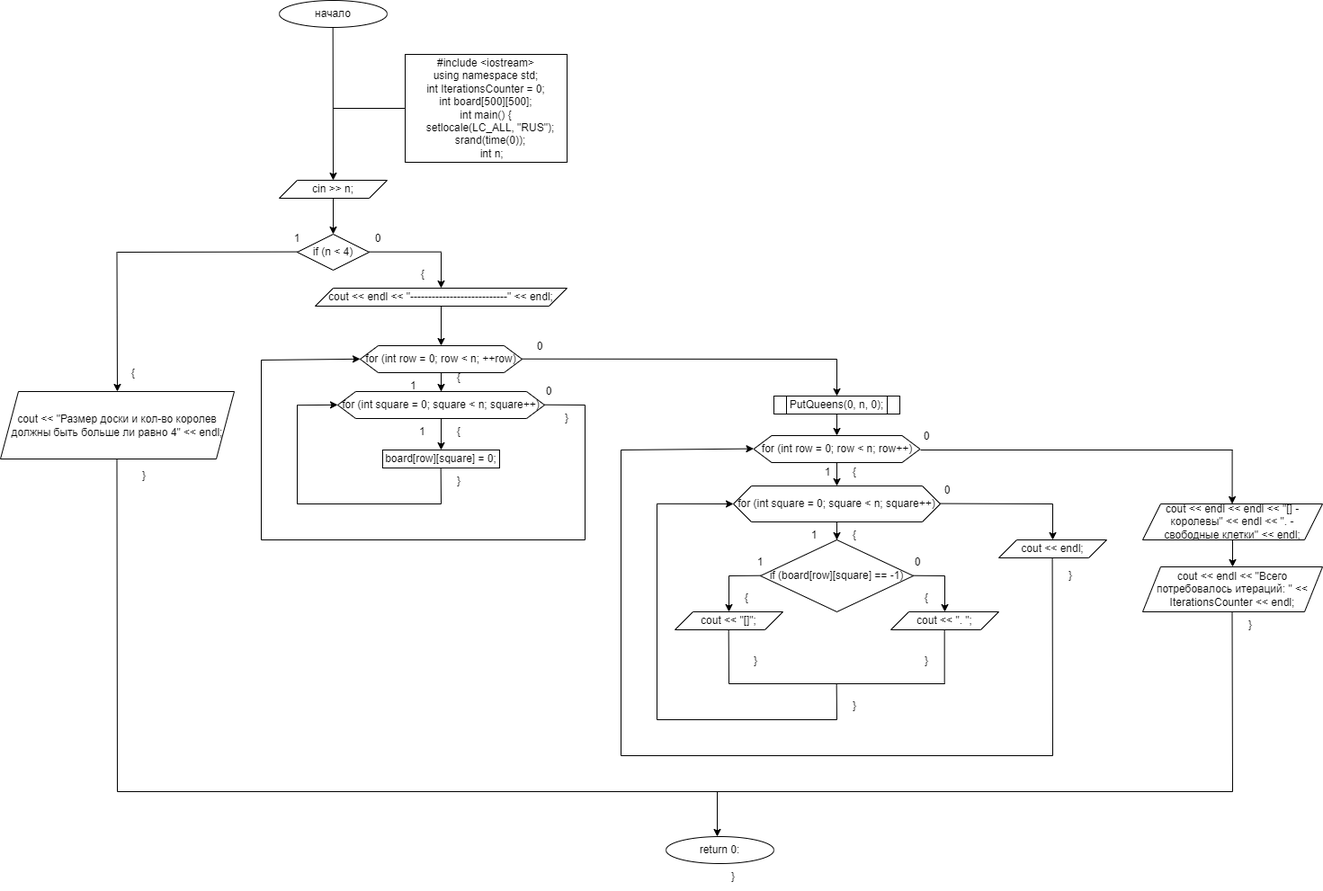
Before: Королевы (main).png, a diagram exported from draw.io (BlackSerperior6/LabWorkQueens). Source tidied: cells renumbered, new cells last; positions are measured from the earlier drawing's top-left corner, leaving out a move shared by most shapes.
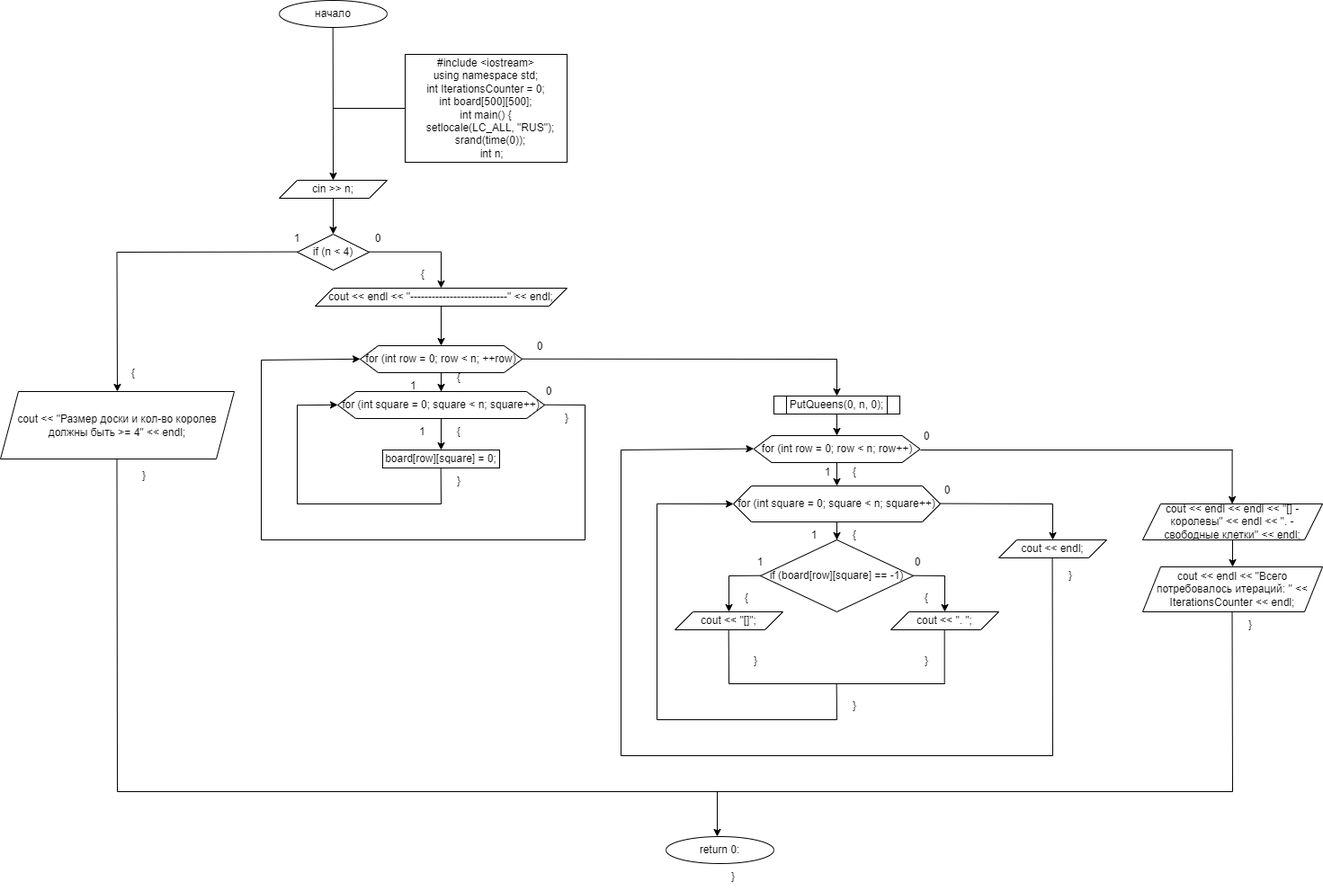
Later version of the same file.

Commit message:
Блок схемы (изменения ) + отчет

Diff of the diagram source:
```diff
@@ -372,7 +372,7 @@
         <mxPoint x="129.5" y="280" as="sourcePoint" />
       </mxGeometry>
     </mxCell>
-    <mxCell id="89" value="cout &amp;lt;&amp;lt; &quot;Размер доски и кол-во королев должны быть больше ли равно 4&quot; &amp;lt;&amp;lt; endl;" style="shape=parallelogram;perimeter=parallelogramPerimeter;whiteSpace=wrap;html=1;fixedSize=1;" parent="1" vertex="1">
+    <mxCell id="89" value="cout &amp;lt;&amp;lt; &quot;Размер доски и кол-во королев должны быть &amp;gt;= 4&quot; &amp;lt;&amp;lt; endl;" style="shape=parallelogram;perimeter=parallelogramPerimeter;whiteSpace=wrap;html=1;fixedSize=1;" parent="1" vertex="1">
       <mxGeometry y="435" width="260" height="75" as="geometry" />
     </mxCell>
     <mxCell id="90" style="endArrow=none;html=1;rounded=0;" parent="1" edge="1">
```
